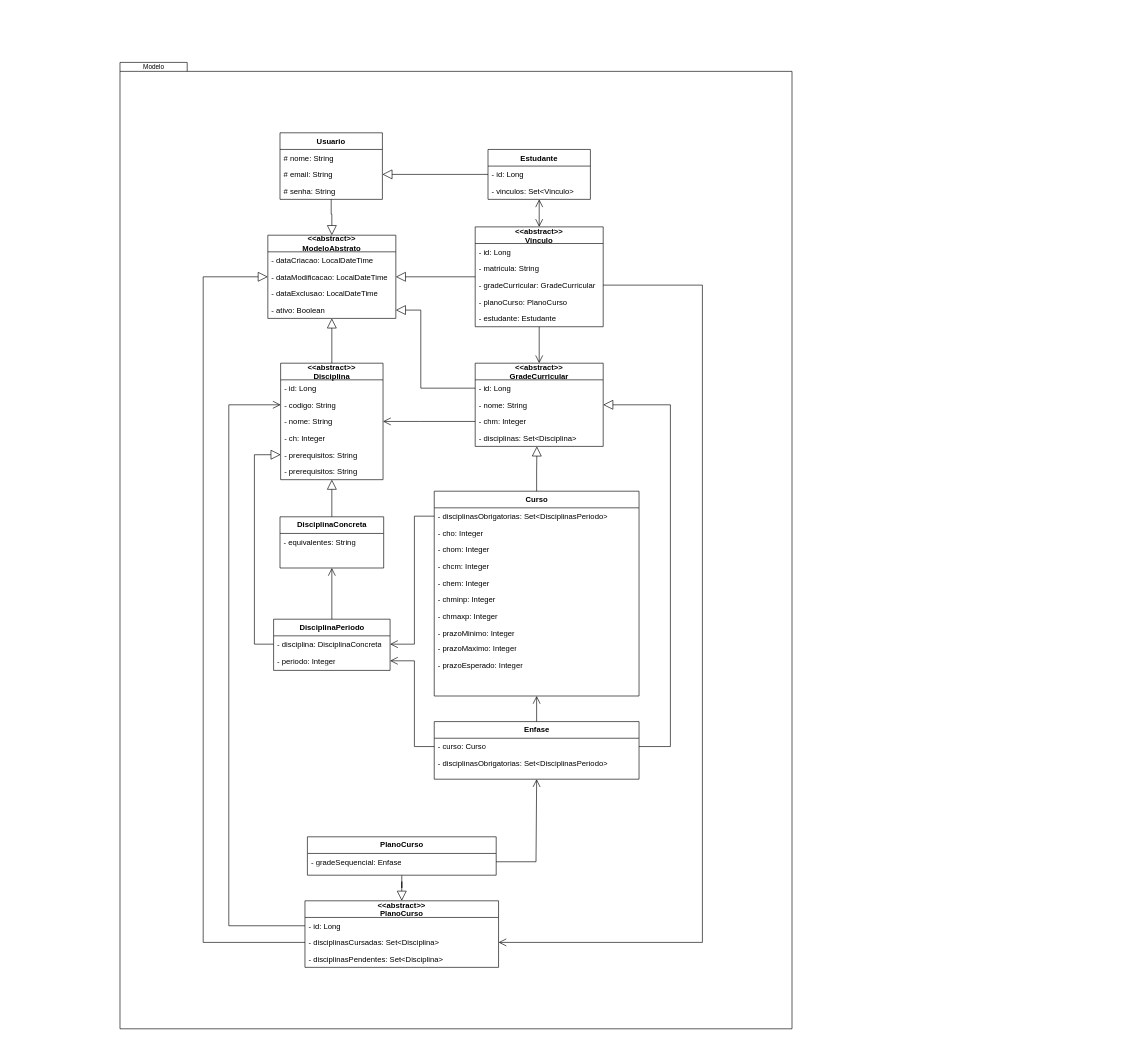
arturo32/PODE keeps this draw.io diagram as page "Modelo (app 2)" (4 of 8) of planejamento/modelagem/Temp.drawio. Above is the earlier version. Source tidied: cells renumbered, new cells numbered last; positions are measured from the earlier drawing's top-left corner, leaving out a move shared by most shapes. Both pictures are drawn from the tidied source at 64%, with x=0, y=0 at pixel (11, 11).
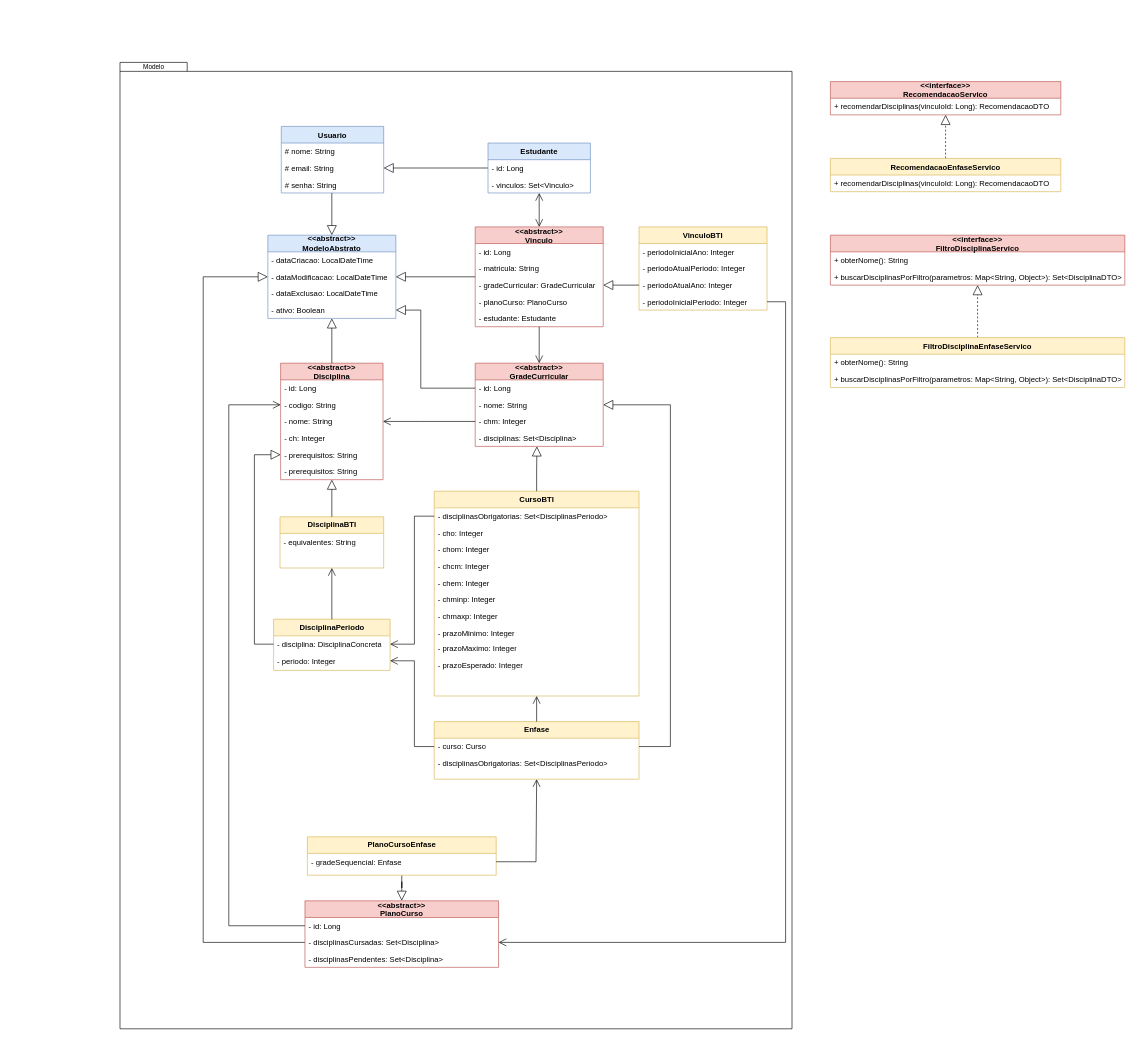
After the change.

Unchanged cells that the change refers to:
```xml
<mxCell id="2" style="group;" parent="1" vertex="1">
  <mxGeometry width="1340" height="1590" as="geometry" />
</mxCell>
<mxCell id="15" value="- gradeCurricular: GradeCurricular" style="text;strokeColor=none;fillColor=none;align=left;verticalAlign=top;spacingLeft=4;spacingRight=4;overflow=hidden;points=[[0,0.5],[1,0.5]];portConstraint=eastwest;rounded=0;shadow=0;glass=0;sketch=0;fontFamily=Helvetica;fontStyle=0;" parent="12" vertex="1">
  <mxGeometry y="78" width="200" height="26" as="geometry" />
</mxCell>
<mxCell id="73" value="- disciplinasCursadas: Set&lt;Disciplina&gt;" style="text;strokeColor=none;fillColor=none;align=left;verticalAlign=top;spacingLeft=4;spacingRight=4;overflow=hidden;points=[[0,0.5],[1,0.5]];portConstraint=eastwest;rounded=0;shadow=0;glass=0;sketch=0;fontFamily=Helvetica;fontStyle=0;" parent="71" vertex="1">
  <mxGeometry y="52" width="302.5" height="26" as="geometry" />
</mxCell>
```

The edit, as a diff of the source:
```diff
@@
-    <mxCell id="5" value="&lt;&lt;abstract&gt;&gt;&#10;Disciplina" style="swimlane;fontStyle=1;align=center;verticalAlign=middle;horizontal=1;startSize=26;rounded=0;shadow=0;glass=0;sketch=0;spacing=0;fontFamily=Helvetica;" parent="2" vertex="1">
+    <mxCell id="5" value="&lt;&lt;abstract&gt;&gt;&#10;Disciplina" style="swimlane;fontStyle=1;align=center;verticalAlign=middle;horizontal=1;startSize=26;rounded=0;shadow=0;glass=0;sketch=0;spacing=0;fontFamily=Helvetica;fillColor=#f8cecc;strokeColor=#b85450;" parent="2" vertex="1">
       <mxGeometry x="421" y="550" width="160" height="182" as="geometry" />
     </mxCell>
@@
-    <mxCell id="12" value="&lt;&lt;abstract&gt;&gt;&#10;Vinculo" style="swimlane;fontStyle=1;align=center;verticalAlign=middle;horizontal=1;startSize=26;rounded=0;shadow=0;glass=0;sketch=0;fontFamily=Helvetica;" parent="2" vertex="1">
+    <mxCell id="12" value="&lt;&lt;abstract&gt;&gt;&#10;Vinculo" style="swimlane;fontStyle=1;align=center;verticalAlign=middle;horizontal=1;startSize=26;rounded=0;shadow=0;glass=0;sketch=0;fontFamily=Helvetica;fillColor=#f8cecc;strokeColor=#b85450;" parent="2" vertex="1">
       <mxGeometry x="725" y="337" width="200" height="156" as="geometry" />
     </mxCell>
@@
-    <mxCell id="18" value="&lt;&lt;abstract&gt;&gt;&#10;GradeCurricular" style="swimlane;fontStyle=1;align=center;verticalAlign=middle;horizontal=1;startSize=26;rounded=0;shadow=0;glass=0;sketch=0;fontFamily=Helvetica;" parent="2" vertex="1">
+    <mxCell id="18" value="&lt;&lt;abstract&gt;&gt;&#10;GradeCurricular" style="swimlane;fontStyle=1;align=center;verticalAlign=middle;horizontal=1;startSize=26;rounded=0;shadow=0;glass=0;sketch=0;fontFamily=Helvetica;fillColor=#f8cecc;strokeColor=#b85450;" parent="2" vertex="1">
       <mxGeometry x="725" y="550" width="200" height="130" as="geometry" />
     </mxCell>
@@
-    <mxCell id="25" value="Curso" style="swimlane;html=1;fontStyle=1;horizontal=1;startSize=26;fillColor=none;swimlaneFillColor=#ffffff;rounded=0;shadow=0;comic=0;labelBackgroundColor=none;strokeWidth=1;fontFamily=Helvetica;fontSize=12;align=center;" parent="2" vertex="1">
+    <mxCell id="25" value="CursoBTI" style="swimlane;html=1;fontStyle=1;horizontal=1;startSize=26;fillColor=#fff2cc;swimlaneFillColor=#ffffff;rounded=0;shadow=0;comic=0;labelBackgroundColor=none;strokeWidth=1;fontFamily=Helvetica;fontSize=12;align=center;strokeColor=#d6b656;" parent="2" vertex="1">
       <mxGeometry x="661" y="750" width="320" height="320" as="geometry" />
     </mxCell>
@@
-    <mxCell id="37" value="&lt;div style=&quot;font-size: 12px&quot;&gt;&lt;span&gt;DisciplinaConcreta&lt;/span&gt;&lt;/div&gt;" style="swimlane;html=1;fontStyle=1;horizontal=1;startSize=26;fillColor=none;swimlaneFillColor=#ffffff;rounded=0;shadow=0;comic=0;labelBackgroundColor=none;strokeWidth=1;fontFamily=Helvetica;fontSize=10;align=center;" parent="2" vertex="1">
+    <mxCell id="37" value="&lt;div style=&quot;font-size: 12px&quot;&gt;&lt;span&gt;DisciplinaBTI&lt;/span&gt;&lt;/div&gt;" style="swimlane;html=1;fontStyle=1;horizontal=1;startSize=26;fillColor=#fff2cc;swimlaneFillColor=#ffffff;rounded=0;shadow=0;comic=0;labelBackgroundColor=none;strokeWidth=1;fontFamily=Helvetica;fontSize=10;align=center;strokeColor=#d6b656;" parent="2" vertex="1">
       <mxGeometry x="420" y="790" width="162" height="80" as="geometry" />
     </mxCell>
@@
-    <mxCell id="40" value="&lt;div style=&quot;font-size: 12px&quot;&gt;&lt;span&gt;Enfase&lt;/span&gt;&lt;/div&gt;" style="swimlane;html=1;fontStyle=1;horizontal=1;startSize=26;fillColor=none;swimlaneFillColor=#ffffff;rounded=0;shadow=0;comic=0;labelBackgroundColor=none;strokeWidth=1;fontFamily=Helvetica;fontSize=10;align=center;" parent="2" vertex="1">
+    <mxCell id="40" value="&lt;div style=&quot;font-size: 12px&quot;&gt;&lt;span&gt;Enfase&lt;/span&gt;&lt;/div&gt;" style="swimlane;html=1;fontStyle=1;horizontal=1;startSize=26;fillColor=#fff2cc;swimlaneFillColor=#ffffff;rounded=0;shadow=0;comic=0;labelBackgroundColor=none;strokeWidth=1;fontFamily=Helvetica;fontSize=10;align=center;strokeColor=#d6b656;" parent="2" vertex="1">
       <mxGeometry x="661" y="1110" width="320" height="90" as="geometry" />
     </mxCell>
@@
-    <mxCell id="45" value="&lt;div style=&quot;font-size: 12px&quot;&gt;&lt;span&gt;DisciplinaPeriodo&lt;/span&gt;&lt;/div&gt;" style="swimlane;html=1;fontStyle=1;horizontal=1;startSize=26;fillColor=none;swimlaneFillColor=#ffffff;rounded=0;shadow=0;comic=0;labelBackgroundColor=none;strokeWidth=1;fontFamily=Helvetica;fontSize=10;align=center;" parent="2" vertex="1">
+    <mxCell id="45" value="&lt;div style=&quot;font-size: 12px&quot;&gt;&lt;span&gt;DisciplinaPeriodo&lt;/span&gt;&lt;/div&gt;" style="swimlane;html=1;fontStyle=1;horizontal=1;startSize=26;fillColor=#fff2cc;swimlaneFillColor=#ffffff;rounded=0;shadow=0;comic=0;labelBackgroundColor=none;strokeWidth=1;fontFamily=Helvetica;fontSize=10;align=center;strokeColor=#d6b656;" parent="2" vertex="1">
       <mxGeometry x="410" y="950" width="182" height="80" as="geometry" />
     </mxCell>
@@
+    <mxCell id="81" value="VinculoBTI" style="swimlane;fontStyle=1;align=center;verticalAlign=middle;horizontal=1;startSize=26;rounded=0;shadow=0;glass=0;sketch=0;fontFamily=Helvetica;fillColor=#fff2cc;strokeColor=#d6b656;" parent="2" vertex="1">
+      <mxGeometry x="981" y="337" width="200" height="130" as="geometry" />
+    </mxCell>
+    <mxCell id="82" value="- periodoInicialAno: Integer" style="text;strokeColor=none;fillColor=none;align=left;verticalAlign=top;spacingLeft=4;spacingRight=4;overflow=hidden;rounded=0;shadow=0;glass=0;sketch=0;" parent="81" vertex="1">
+      <mxGeometry y="26" width="200" height="26" as="geometry" />
+    </mxCell>
+    <mxCell id="83" value="- periodoAtualPeriodo: Integer" style="text;strokeColor=none;fillColor=none;align=left;verticalAlign=top;spacingLeft=4;spacingRight=4;overflow=hidden;rounded=0;shadow=0;glass=0;sketch=0;" parent="81" vertex="1">
+      <mxGeometry y="52" width="200" height="26" as="geometry" />
+    </mxCell>
+    <mxCell id="84" value="- periodoAtualAno: Integer" style="text;strokeColor=none;fillColor=none;align=left;verticalAlign=top;spacingLeft=4;spacingRight=4;overflow=hidden;points=[[0,0.5],[1,0.5]];portConstraint=eastwest;rounded=0;shadow=0;glass=0;sketch=0;" parent="81" vertex="1">
+      <mxGeometry y="78" width="200" height="26" as="geometry" />
+    </mxCell>
+    <mxCell id="85" value="- periodoInicialPeriodo: Integer" style="text;strokeColor=none;fillColor=none;align=left;verticalAlign=top;spacingLeft=4;spacingRight=4;overflow=hidden;points=[[0,0.5],[1,0.5]];portConstraint=eastwest;rounded=0;shadow=0;glass=0;sketch=0;" parent="81" vertex="1">
+      <mxGeometry y="104" width="200" height="26" as="geometry" />
+    </mxCell>
+    <mxCell id="86" style="edgeStyle=orthogonalEdgeStyle;rounded=0;jettySize=auto;html=1;entryX=1;entryY=0.5;entryDx=0;entryDy=0;endArrow=block;endFill=0;strokeWidth=1;endSize=13;startFill=0;startSize=10;fontStyle=1;" parent="2" edge="1" source="84" target="15">
+      <mxGeometry relative="1" as="geometry" />
+    </mxCell>
+    <mxCell id="58" value="Usuario" style="swimlane;fontStyle=1;align=center;verticalAlign=top;horizontal=1;startSize=26;rounded=0;shadow=0;glass=0;sketch=0;fontFamily=Helvetica;fillColor=#dae8fc;strokeColor=#6c8ebf;" parent="2" vertex="1">
+      <mxGeometry x="422" y="180" width="160" height="104" as="geometry" />
+    </mxCell>
+    <mxCell id="59" value="# nome: String" style="text;strokeColor=none;fillColor=none;align=left;verticalAlign=top;spacingLeft=4;spacingRight=4;overflow=hidden;rounded=0;shadow=0;glass=0;sketch=0;fontFamily=Helvetica;fontStyle=0;" parent="58" vertex="1">
+      <mxGeometry y="26" width="160" height="26" as="geometry" />
+    </mxCell>
+    <mxCell id="60" value="# email: String" style="text;strokeColor=none;fillColor=none;align=left;verticalAlign=top;spacingLeft=4;spacingRight=4;overflow=hidden;points=[[0,0.5],[1,0.5]];portConstraint=eastwest;rounded=0;shadow=0;glass=0;sketch=0;fontFamily=Helvetica;fontStyle=0;" parent="58" vertex="1">
+      <mxGeometry y="52" width="160" height="26" as="geometry" />
+    </mxCell>
+    <mxCell id="61" value="# senha: String" style="text;strokeColor=none;fillColor=none;align=left;verticalAlign=top;spacingLeft=4;spacingRight=4;overflow=hidden;rounded=0;shadow=0;glass=0;sketch=0;fontFamily=Helvetica;fontStyle=0;" parent="58" vertex="1">
+      <mxGeometry y="78" width="160" height="26" as="geometry" />
+    </mxCell>
-    <mxCell id="52" value="&lt;&lt;abstract&gt;&gt;&#10;ModeloAbstrato" style="swimlane;fontStyle=1;align=center;verticalAlign=middle;horizontal=1;startSize=26;rounded=0;shadow=0;glass=0;sketch=0;whiteSpace=wrap;fontFamily=Helvetica;" parent="1" vertex="1">
+    <mxCell id="52" value="&lt;&lt;abstract&gt;&gt;&#10;ModeloAbstrato" style="swimlane;fontStyle=1;align=center;verticalAlign=middle;horizontal=1;startSize=26;rounded=0;shadow=0;glass=0;sketch=0;whiteSpace=wrap;fontFamily=Helvetica;fillColor=#dae8fc;strokeColor=#6c8ebf;" parent="1" vertex="1">
       <mxGeometry x="401" y="350" width="200" height="130" as="geometry" />
     </mxCell>
@@
     <mxCell id="57" style="edgeStyle=orthogonalEdgeStyle;rounded=0;jettySize=auto;html=1;entryX=0.5;entryY=0;entryDx=0;entryDy=0;strokeWidth=1;endArrow=block;endFill=0;startSize=6;endSize=13;fontFamily=Helvetica;fontStyle=1;" parent="1" edge="1" source="58" target="52">
-      <mxGeometry relative="1" as="geometry" />
+      <mxGeometry relative="1" as="geometry">
+        <Array as="points">
+          <mxPoint x="501" y="300" />
+          <mxPoint x="501" y="300" />
+        </Array>
+      </mxGeometry>
     </mxCell>
-    <mxCell id="58" value="Usuario" style="swimlane;fontStyle=1;align=center;verticalAlign=top;horizontal=1;startSize=26;rounded=0;shadow=0;glass=0;sketch=0;fontFamily=Helvetica;" parent="1" vertex="1">
-      <mxGeometry x="420" y="190" width="160" height="104" as="geometry" />
-    </mxCell>
-    <mxCell id="59" value="# nome: String" style="text;strokeColor=none;fillColor=none;align=left;verticalAlign=top;spacingLeft=4;spacingRight=4;overflow=hidden;rounded=0;shadow=0;glass=0;sketch=0;fontFamily=Helvetica;fontStyle=0;" parent="58" vertex="1">
-      <mxGeometry y="26" width="160" height="26" as="geometry" />
-    </mxCell>
-    <mxCell id="60" value="# email: String" style="text;strokeColor=none;fillColor=none;align=left;verticalAlign=top;spacingLeft=4;spacingRight=4;overflow=hidden;points=[[0,0.5],[1,0.5]];portConstraint=eastwest;rounded=0;shadow=0;glass=0;sketch=0;fontFamily=Helvetica;fontStyle=0;" parent="58" vertex="1">
-      <mxGeometry y="52" width="160" height="26" as="geometry" />
-    </mxCell>
-    <mxCell id="61" value="# senha: String" style="text;strokeColor=none;fillColor=none;align=left;verticalAlign=top;spacingLeft=4;spacingRight=4;overflow=hidden;rounded=0;shadow=0;glass=0;sketch=0;fontFamily=Helvetica;fontStyle=0;" parent="58" vertex="1">
-      <mxGeometry y="78" width="160" height="26" as="geometry" />
-    </mxCell>
@@
-    <mxCell id="64" value="Estudante" style="swimlane;fontStyle=1;align=center;verticalAlign=top;horizontal=1;startSize=26;rounded=0;shadow=0;glass=0;sketch=0;fontFamily=Helvetica;" parent="1" vertex="1">
-      <mxGeometry x="745" y="216" width="160" height="78" as="geometry" />
+    <mxCell id="64" value="Estudante" style="swimlane;fontStyle=1;align=center;verticalAlign=top;horizontal=1;startSize=26;rounded=0;shadow=0;glass=0;sketch=0;fontFamily=Helvetica;fillColor=#dae8fc;strokeColor=#6c8ebf;" parent="1" vertex="1">
+      <mxGeometry x="745" y="206" width="160" height="78" as="geometry" />
     </mxCell>
@@
-    <mxCell id="68" style="edgeStyle=orthogonalEdgeStyle;rounded=0;jettySize=auto;html=1;startArrow=none;startFill=0;endArrow=open;endFill=0;startSize=10;endSize=10;strokeWidth=1;entryX=1;entryY=0.5;entryDx=0;entryDy=0;fontFamily=Helvetica;fontStyle=1;exitX=1;exitY=0.5;exitDx=0;exitDy=0;" parent="1" edge="1" source="15" target="73">
+    <mxCell id="68" style="edgeStyle=orthogonalEdgeStyle;rounded=0;jettySize=auto;html=1;startArrow=none;startFill=0;endArrow=open;endFill=0;startSize=10;endSize=10;strokeWidth=1;entryX=1;entryY=0.5;entryDx=0;entryDy=0;fontFamily=Helvetica;fontStyle=1;exitX=1;exitY=0.5;exitDx=0;exitDy=0;" parent="1" edge="1" source="85" target="73">
       <mxGeometry relative="1" as="geometry">
         <Array as="points">
-          <mxPoint x="1080" y="428" />
-          <mxPoint x="1080" y="1455" />
+          <mxPoint x="1210" y="454" />
+          <mxPoint x="1210" y="1455" />
         </Array>
       </mxGeometry>
     </mxCell>
@@
-    <mxCell id="71" value="&lt;&lt;abstract&gt;&gt;&#10;PlanoCurso" style="swimlane;fontStyle=1;align=center;verticalAlign=middle;horizontal=1;startSize=26;rounded=0;shadow=0;glass=0;sketch=0;fontFamily=Helvetica;" parent="1" vertex="1">
+    <mxCell id="71" value="&lt;&lt;abstract&gt;&gt;&#10;PlanoCurso" style="swimlane;fontStyle=1;align=center;verticalAlign=middle;horizontal=1;startSize=26;rounded=0;shadow=0;glass=0;sketch=0;fontFamily=Helvetica;fillColor=#f8cecc;strokeColor=#b85450;" parent="1" vertex="1">
       <mxGeometry x="459" y="1390" width="302.5" height="104" as="geometry" />
     </mxCell>
@@
-    <mxCell id="77" value="&lt;div style=&quot;font-size: 12px&quot;&gt;&lt;span&gt;PlanoCurso&lt;/span&gt;&lt;/div&gt;" style="swimlane;html=1;fontStyle=1;horizontal=1;startSize=26;fillColor=none;swimlaneFillColor=#ffffff;rounded=0;shadow=0;comic=0;labelBackgroundColor=none;strokeWidth=1;fontFamily=Helvetica;fontSize=10;align=center;" parent="1" vertex="1">
+    <mxCell id="77" value="&lt;div style=&quot;font-size: 12px&quot;&gt;&lt;span&gt;PlanoCursoEnfase&lt;/span&gt;&lt;/div&gt;" style="swimlane;html=1;fontStyle=1;horizontal=1;startSize=26;fillColor=#fff2cc;swimlaneFillColor=#ffffff;rounded=0;shadow=0;comic=0;labelBackgroundColor=none;strokeWidth=1;fontFamily=Helvetica;fontSize=10;align=center;strokeColor=#d6b656;" parent="1" vertex="1">
       <mxGeometry x="462.8" y="1290" width="295" height="60" as="geometry" />
     </mxCell>
@@
+    <mxCell id="87" value="&lt;&lt;interface&gt;&gt;&#10;RecomendacaoServico" style="swimlane;fontStyle=1;align=center;verticalAlign=middle;horizontal=1;startSize=26;fontSize=12;fillColor=#f8cecc;strokeColor=#b85450;" parent="1" vertex="1">
+      <mxGeometry x="1280" y="110" width="360" height="52" as="geometry" />
+    </mxCell>
+    <mxCell id="88" value="+ recomendarDisciplinas(vinculoId: Long): RecomendacaoDTO" style="text;strokeColor=none;fillColor=none;align=left;verticalAlign=top;spacingLeft=4;spacingRight=4;overflow=hidden;fontSize=12;" parent="87" vertex="1">
+      <mxGeometry y="26" width="360" height="26" as="geometry" />
+    </mxCell>
+    <mxCell id="89" value="&lt;&lt;interface&gt;&gt;&#10;FiltroDisciplinaServico" style="swimlane;fontStyle=1;align=center;verticalAlign=middle;horizontal=1;startSize=26;fontSize=12;fillColor=#f8cecc;strokeColor=#b85450;" parent="1" vertex="1">
+      <mxGeometry x="1280" y="350" width="460" height="78" as="geometry" />
+    </mxCell>
+    <mxCell id="90" value="+ obterNome(): String" style="text;strokeColor=none;fillColor=none;align=left;verticalAlign=top;spacingLeft=4;spacingRight=4;overflow=hidden;fontSize=12;" parent="89" vertex="1">
+      <mxGeometry y="26" width="460" height="26" as="geometry" />
+    </mxCell>
+    <mxCell id="91" value="+ buscarDisciplinasPorFiltro(parametros: Map&lt;String, Object&gt;): Set&lt;DisciplinaDTO&gt;" style="text;strokeColor=none;fillColor=none;align=left;verticalAlign=top;spacingLeft=4;spacingRight=4;overflow=hidden;fontSize=12;" parent="89" vertex="1">
+      <mxGeometry y="52" width="460" height="26" as="geometry" />
+    </mxCell>
+    <mxCell id="92" style="edgeStyle=orthogonalEdgeStyle;rounded=0;jettySize=auto;html=1;entryX=0.5;entryY=1;entryDx=0;entryDy=0;fontSize=11;fontStyle=1;strokeWidth=1;endFill=0;endArrow=block;endSize=13;startSize=10;dashed=1;" parent="1" edge="1" source="93" target="87">
+      <mxGeometry relative="1" as="geometry" />
+    </mxCell>
+    <mxCell id="93" value="RecomendacaoEnfaseServico" style="swimlane;fontStyle=1;align=center;verticalAlign=middle;horizontal=1;startSize=26;fontSize=12;fillColor=#fff2cc;strokeColor=#d6b656;" parent="1" vertex="1">
+      <mxGeometry x="1280" y="230" width="360" height="52" as="geometry" />
+    </mxCell>
+    <mxCell id="94" value="+ recomendarDisciplinas(vinculoId: Long): RecomendacaoDTO" style="text;strokeColor=none;fillColor=none;align=left;verticalAlign=top;spacingLeft=4;spacingRight=4;overflow=hidden;fontSize=12;" parent="93" vertex="1">
+      <mxGeometry y="26" width="360" height="26" as="geometry" />
+    </mxCell>
+    <mxCell id="95" style="edgeStyle=orthogonalEdgeStyle;rounded=0;jettySize=auto;html=1;entryX=0.5;entryY=1;entryDx=0;entryDy=0;dashed=1;fontSize=11;fontStyle=1;strokeWidth=1;endFill=0;endArrow=block;endSize=13;startSize=10;" parent="1" edge="1" source="96" target="89">
+      <mxGeometry relative="1" as="geometry" />
+    </mxCell>
+    <mxCell id="96" value="FiltroDisciplinaEnfaseServico" style="swimlane;fontStyle=1;align=center;verticalAlign=middle;horizontal=1;startSize=26;fontSize=12;fillColor=#fff2cc;strokeColor=#d6b656;" parent="1" vertex="1">
+      <mxGeometry x="1280" y="510" width="460" height="78" as="geometry" />
+    </mxCell>
+    <mxCell id="97" value="+ obterNome(): String" style="text;strokeColor=none;fillColor=none;align=left;verticalAlign=top;spacingLeft=4;spacingRight=4;overflow=hidden;fontSize=12;" parent="96" vertex="1">
+      <mxGeometry y="26" width="460" height="26" as="geometry" />
+    </mxCell>
+    <mxCell id="98" value="+ buscarDisciplinasPorFiltro(parametros: Map&lt;String, Object&gt;): Set&lt;DisciplinaDTO&gt;" style="text;strokeColor=none;fillColor=none;align=left;verticalAlign=top;spacingLeft=4;spacingRight=4;overflow=hidden;fontSize=12;" parent="96" vertex="1">
+      <mxGeometry y="52" width="460" height="26" as="geometry" />
+    </mxCell>
```
